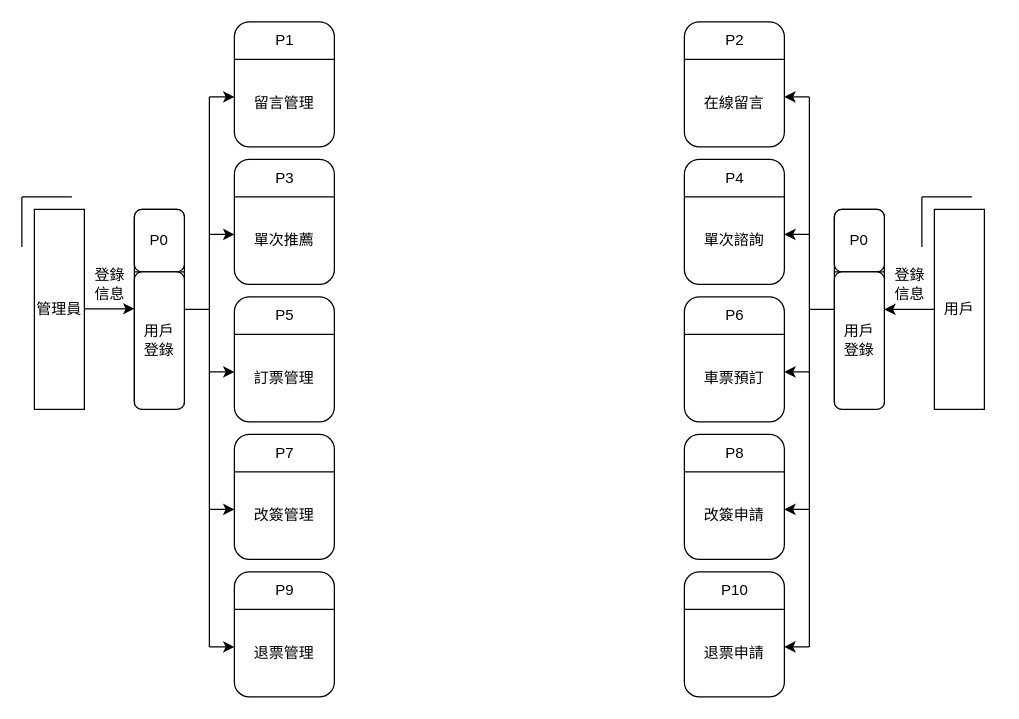
The draw.io diagram drawio/系統資料流程圖/圖3-3 底層資料流程圖.drawio in Roseller37/UML-diagram2, before the edit. Source tidied: cells renumbered, new cells numbered last; positions are measured from the earlier drawing's top-left corner, leaving out a move shared by most shapes. Both pictures are drawn from the tidied source at 125%, with x=0, y=0 at pixel (21, 21).
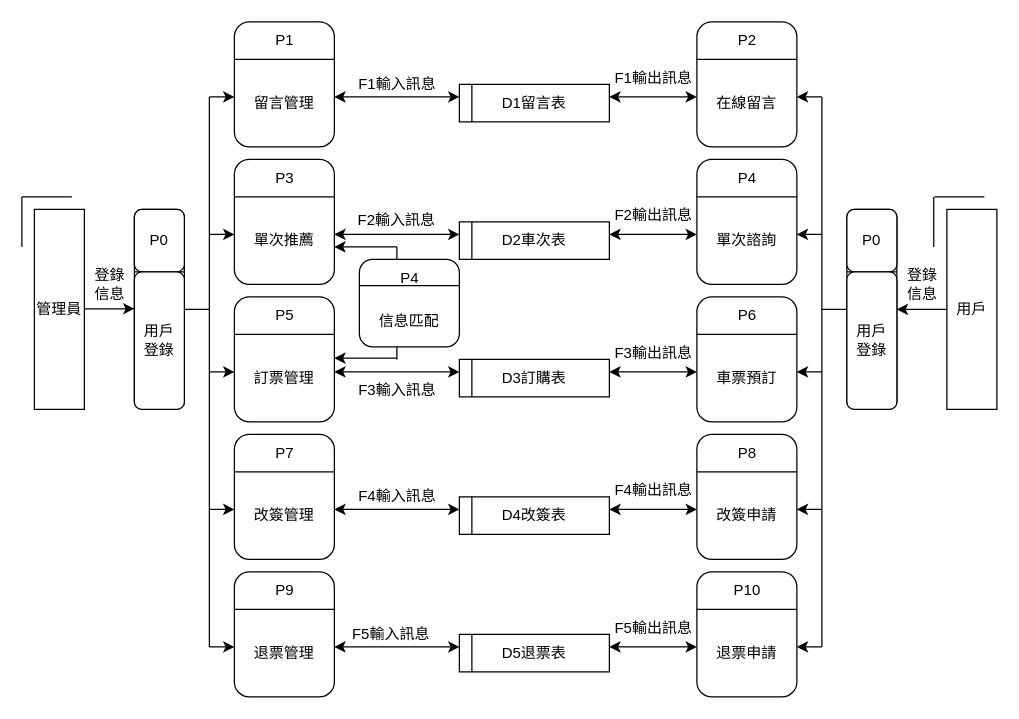
After the change.

Commit message (it also covers changes not shown here):
更新圖3-3 底層資料流程圖.drawio

Change to the diagram source:
```diff
@@
     <mxCell id="12" style="group;" parent="1" vertex="1">
-      <mxGeometry x="650" y="150" width="40" height="160" as="geometry" />
+      <mxGeometry x="660" y="150" width="40" height="160" as="geometry" />
     </mxCell>
@@
     <mxCell id="17" value="用戶" style="rounded=0;whiteSpace=wrap;html=1;direction=south;" parent="1" vertex="1">
-      <mxGeometry x="730" y="150" width="40" height="160" as="geometry" />
+      <mxGeometry x="740" y="150" width="40" height="160" as="geometry" />
     </mxCell>
     <mxCell id="18" style="endArrow=none;html=1;rounded=0;" parent="1" edge="1">
       <mxGeometry relative="1" as="geometry">
-        <mxPoint x="720" y="140" as="sourcePoint" />
-        <mxPoint x="720" y="180" as="targetPoint" />
+        <mxPoint x="729.5" y="140" as="sourcePoint" />
+        <mxPoint x="729.5" y="180" as="targetPoint" />
       </mxGeometry>
     </mxCell>
     <mxCell id="19" style="endArrow=none;html=1;rounded=0;" parent="1" edge="1">
       <mxGeometry relative="1" as="geometry">
-        <mxPoint x="720" y="140" as="sourcePoint" />
-        <mxPoint x="760" y="140" as="targetPoint" />
+        <mxPoint x="730" y="140" as="sourcePoint" />
+        <mxPoint x="770" y="140" as="targetPoint" />
       </mxGeometry>
     </mxCell>
     <mxCell id="20" style="endArrow=classic;html=1;rounded=0;" parent="1" edge="1">
       <mxGeometry relative="1" as="geometry">
-        <mxPoint x="730" y="230" as="sourcePoint" />
-        <mxPoint x="690" y="230" as="targetPoint" />
+        <mxPoint x="740" y="230" as="sourcePoint" />
+        <mxPoint x="700" y="230" as="targetPoint" />
       </mxGeometry>
     </mxCell>
     <mxCell id="21" value="&lt;font style=&quot;font-size: 12px;&quot;&gt;登錄&lt;br style=&quot;&quot;&gt;信息&lt;/font&gt;" style="text;html=1;align=center;verticalAlign=middle;strokeColor=none;fillColor=none;fontSize=12;" parent="1" vertex="1">
-      <mxGeometry x="685" y="190" width="50" height="40" as="geometry" />
+      <mxGeometry x="695" y="190" width="50" height="40" as="geometry" />
     </mxCell>
@@
     <mxCell id="49" style="group;" parent="1" vertex="1">
-      <mxGeometry x="530" width="80" height="100" as="geometry" />
+      <mxGeometry x="540" width="80" height="100" as="geometry" />
     </mxCell>
@@
     <mxCell id="53" style="group;" parent="1" vertex="1">
-      <mxGeometry x="530" y="110" width="80" height="100" as="geometry" />
+      <mxGeometry x="540" y="110" width="80" height="100" as="geometry" />
     </mxCell>
@@
     <mxCell id="57" style="group;" parent="1" vertex="1">
-      <mxGeometry x="530" y="220" width="80" height="100" as="geometry" />
+      <mxGeometry x="540" y="220" width="80" height="100" as="geometry" />
     </mxCell>
@@
     <mxCell id="61" style="group;" parent="1" vertex="1">
-      <mxGeometry x="530" y="330" width="80" height="100" as="geometry" />
+      <mxGeometry x="540" y="330" width="80" height="100" as="geometry" />
     </mxCell>
@@
     <mxCell id="65" style="group;" parent="1" vertex="1">
-      <mxGeometry x="530" y="440" width="80" height="100" as="geometry" />
+      <mxGeometry x="540" y="440" width="80" height="100" as="geometry" />
     </mxCell>
@@
     <mxCell id="69" style="endArrow=classic;html=1;rounded=0;" parent="1" edge="1">
       <mxGeometry relative="1" as="geometry">
-        <mxPoint x="630" y="60" as="sourcePoint" />
-        <mxPoint x="610" y="60" as="targetPoint" />
+        <mxPoint x="640" y="60" as="sourcePoint" />
+        <mxPoint x="620" y="60" as="targetPoint" />
       </mxGeometry>
     </mxCell>
     <mxCell id="70" style="endArrow=classic;html=1;rounded=0;" parent="1" edge="1">
       <mxGeometry relative="1" as="geometry">
-        <mxPoint x="630" y="170" as="sourcePoint" />
-        <mxPoint x="610" y="170" as="targetPoint" />
+        <mxPoint x="640" y="170" as="sourcePoint" />
+        <mxPoint x="620" y="170" as="targetPoint" />
       </mxGeometry>
     </mxCell>
     <mxCell id="71" style="endArrow=classic;html=1;rounded=0;" parent="1" edge="1">
       <mxGeometry relative="1" as="geometry">
-        <mxPoint x="630" y="280" as="sourcePoint" />
-        <mxPoint x="610" y="280" as="targetPoint" />
+        <mxPoint x="640" y="280" as="sourcePoint" />
+        <mxPoint x="620" y="280" as="targetPoint" />
       </mxGeometry>
     </mxCell>
     <mxCell id="72" style="endArrow=classic;html=1;rounded=0;" parent="1" edge="1">
       <mxGeometry relative="1" as="geometry">
-        <mxPoint x="630" y="390" as="sourcePoint" />
-        <mxPoint x="610" y="390" as="targetPoint" />
+        <mxPoint x="640" y="390" as="sourcePoint" />
+        <mxPoint x="620" y="390" as="targetPoint" />
       </mxGeometry>
     </mxCell>
     <mxCell id="73" style="endArrow=classic;html=1;rounded=0;" parent="1" edge="1">
       <mxGeometry relative="1" as="geometry">
-        <mxPoint x="630" y="500" as="sourcePoint" />
-        <mxPoint x="610" y="500" as="targetPoint" />
+        <mxPoint x="640" y="500" as="sourcePoint" />
+        <mxPoint x="620" y="500" as="targetPoint" />
       </mxGeometry>
     </mxCell>
     <mxCell id="74" style="endArrow=none;html=1;rounded=0;" parent="1" edge="1">
       <mxGeometry relative="1" as="geometry">
-        <mxPoint x="630" y="500" as="sourcePoint" />
-        <mxPoint x="630" y="60" as="targetPoint" />
+        <mxPoint x="640" y="500" as="sourcePoint" />
+        <mxPoint x="640" y="60" as="targetPoint" />
       </mxGeometry>
     </mxCell>
     <mxCell id="75" style="endArrow=none;html=1;rounded=0;" parent="1" edge="1">
       <mxGeometry relative="1" as="geometry">
-        <mxPoint x="630" y="230" as="sourcePoint" />
-        <mxPoint x="650" y="230" as="targetPoint" />
+        <mxPoint x="640" y="230" as="sourcePoint" />
+        <mxPoint x="660" y="230" as="targetPoint" />
       </mxGeometry>
     </mxCell>
+    <mxCell id="76" style="group;" parent="1" vertex="1">
+      <mxGeometry x="350" y="50" width="120" height="30" as="geometry" />
+    </mxCell>
+    <mxCell id="77" value="D1留言表" style="rounded=0;whiteSpace=wrap;html=1;" parent="76" vertex="1">
+      <mxGeometry width="120" height="30" as="geometry" />
+    </mxCell>
+    <mxCell id="78" style="endArrow=none;html=1;rounded=0;" parent="76" edge="1">
+      <mxGeometry relative="1" as="geometry">
+        <mxPoint x="10" y="30" as="sourcePoint" />
+        <mxPoint x="10" as="targetPoint" />
+      </mxGeometry>
+    </mxCell>
+    <mxCell id="79" style="group;" parent="1" vertex="1">
+      <mxGeometry x="270" y="190" width="80" height="70" as="geometry" />
+    </mxCell>
+    <mxCell id="80" value="&lt;br&gt;&lt;br&gt;信息匹配" style="rounded=1;whiteSpace=wrap;html=1;direction=south;" parent="79" vertex="1">
+      <mxGeometry width="80" height="70" as="geometry" />
+    </mxCell>
+    <mxCell id="81" style="endArrow=none;html=1;rounded=0;" parent="79" edge="1">
+      <mxGeometry relative="1" as="geometry">
+        <mxPoint y="21" as="sourcePoint" />
+        <mxPoint x="80" y="21" as="targetPoint" />
+      </mxGeometry>
+    </mxCell>
+    <mxCell id="82" value="P4" style="text;html=1;align=center;verticalAlign=middle;strokeColor=none;fillColor=none;" parent="79" vertex="1">
+      <mxGeometry x="20" width="40" height="30" as="geometry" />
+    </mxCell>
+    <mxCell id="83" style="endArrow=classic;startArrow=classic;html=1;rounded=0;" parent="1" edge="1">
+      <mxGeometry relative="1" as="geometry">
+        <mxPoint x="470" y="60" as="sourcePoint" />
+        <mxPoint x="540" y="60" as="targetPoint" />
+      </mxGeometry>
+    </mxCell>
+    <mxCell id="84" style="endArrow=classic;startArrow=classic;html=1;rounded=0;" parent="1" edge="1">
+      <mxGeometry relative="1" as="geometry">
+        <mxPoint x="250" y="60" as="sourcePoint" />
+        <mxPoint x="350" y="60" as="targetPoint" />
+      </mxGeometry>
+    </mxCell>
+    <mxCell id="85" style="group;" parent="1" vertex="1">
+      <mxGeometry x="350" y="160" width="120" height="30" as="geometry" />
+    </mxCell>
+    <mxCell id="86" value="D2車次表" style="rounded=0;whiteSpace=wrap;html=1;" parent="85" vertex="1">
+      <mxGeometry width="120" height="30" as="geometry" />
+    </mxCell>
+    <mxCell id="87" style="endArrow=none;html=1;rounded=0;" parent="85" edge="1">
+      <mxGeometry relative="1" as="geometry">
+        <mxPoint x="10" y="30" as="sourcePoint" />
+        <mxPoint x="10" as="targetPoint" />
+      </mxGeometry>
+    </mxCell>
+    <mxCell id="88" style="endArrow=classic;startArrow=classic;html=1;rounded=0;" parent="1" edge="1">
+      <mxGeometry relative="1" as="geometry">
+        <mxPoint x="470" y="170" as="sourcePoint" />
+        <mxPoint x="540" y="170" as="targetPoint" />
+      </mxGeometry>
+    </mxCell>
+    <mxCell id="89" style="endArrow=classic;startArrow=classic;html=1;rounded=0;" parent="1" edge="1">
+      <mxGeometry relative="1" as="geometry">
+        <mxPoint x="250" y="170" as="sourcePoint" />
+        <mxPoint x="350" y="170" as="targetPoint" />
+      </mxGeometry>
+    </mxCell>
+    <mxCell id="90" style="group;" parent="1" vertex="1">
+      <mxGeometry x="350" y="270" width="120" height="30" as="geometry" />
+    </mxCell>
+    <mxCell id="91" value="D3訂購表" style="rounded=0;whiteSpace=wrap;html=1;" parent="90" vertex="1">
+      <mxGeometry width="120" height="30" as="geometry" />
+    </mxCell>
+    <mxCell id="92" style="endArrow=none;html=1;rounded=0;" parent="90" edge="1">
+      <mxGeometry relative="1" as="geometry">
+        <mxPoint x="10" y="30" as="sourcePoint" />
+        <mxPoint x="10" as="targetPoint" />
+      </mxGeometry>
+    </mxCell>
+    <mxCell id="93" style="endArrow=classic;startArrow=classic;html=1;rounded=0;" parent="1" edge="1">
+      <mxGeometry relative="1" as="geometry">
+        <mxPoint x="470" y="280" as="sourcePoint" />
+        <mxPoint x="540" y="280" as="targetPoint" />
+      </mxGeometry>
+    </mxCell>
+    <mxCell id="94" style="endArrow=classic;startArrow=classic;html=1;rounded=0;" parent="1" edge="1">
+      <mxGeometry relative="1" as="geometry">
+        <mxPoint x="250" y="280" as="sourcePoint" />
+        <mxPoint x="350" y="280" as="targetPoint" />
+      </mxGeometry>
+    </mxCell>
+    <mxCell id="95" style="group;" parent="1" vertex="1">
+      <mxGeometry x="350" y="380" width="120" height="30" as="geometry" />
+    </mxCell>
+    <mxCell id="96" value="D4改簽表" style="rounded=0;whiteSpace=wrap;html=1;" parent="95" vertex="1">
+      <mxGeometry width="120" height="30" as="geometry" />
+    </mxCell>
+    <mxCell id="97" style="endArrow=none;html=1;rounded=0;" parent="95" edge="1">
+      <mxGeometry relative="1" as="geometry">
+        <mxPoint x="10" y="30" as="sourcePoint" />
+        <mxPoint x="10" as="targetPoint" />
+      </mxGeometry>
+    </mxCell>
+    <mxCell id="98" style="endArrow=classic;startArrow=classic;html=1;rounded=0;" parent="1" edge="1">
+      <mxGeometry relative="1" as="geometry">
+        <mxPoint x="470" y="390" as="sourcePoint" />
+        <mxPoint x="540" y="390" as="targetPoint" />
+      </mxGeometry>
+    </mxCell>
+    <mxCell id="99" style="endArrow=classic;startArrow=classic;html=1;rounded=0;" parent="1" edge="1">
+      <mxGeometry relative="1" as="geometry">
+        <mxPoint x="250" y="390" as="sourcePoint" />
+        <mxPoint x="350" y="390" as="targetPoint" />
+      </mxGeometry>
+    </mxCell>
+    <mxCell id="100" style="group;" parent="1" vertex="1">
+      <mxGeometry x="350" y="490" width="120" height="30" as="geometry" />
+    </mxCell>
+    <mxCell id="101" value="D5退票表" style="rounded=0;whiteSpace=wrap;html=1;" parent="100" vertex="1">
+      <mxGeometry width="120" height="30" as="geometry" />
+    </mxCell>
+    <mxCell id="102" style="endArrow=none;html=1;rounded=0;" parent="100" edge="1">
+      <mxGeometry relative="1" as="geometry">
+        <mxPoint x="10" y="30" as="sourcePoint" />
+        <mxPoint x="10" as="targetPoint" />
+      </mxGeometry>
+    </mxCell>
+    <mxCell id="103" style="endArrow=classic;startArrow=classic;html=1;rounded=0;" parent="1" edge="1">
+      <mxGeometry relative="1" as="geometry">
+        <mxPoint x="470" y="500" as="sourcePoint" />
+        <mxPoint x="540" y="500" as="targetPoint" />
+      </mxGeometry>
+    </mxCell>
+    <mxCell id="104" style="endArrow=classic;startArrow=classic;html=1;rounded=0;" parent="1" edge="1">
+      <mxGeometry relative="1" as="geometry">
+        <mxPoint x="250" y="500" as="sourcePoint" />
+        <mxPoint x="350" y="500" as="targetPoint" />
+      </mxGeometry>
+    </mxCell>
+    <mxCell id="105" style="endArrow=classic;html=1;rounded=0;" parent="1" edge="1">
+      <mxGeometry relative="1" as="geometry">
+        <mxPoint x="300" y="180" as="sourcePoint" />
+        <mxPoint x="250" y="180" as="targetPoint" />
+      </mxGeometry>
+    </mxCell>
+    <mxCell id="106" style="endArrow=classic;html=1;rounded=0;" parent="1" edge="1">
+      <mxGeometry relative="1" as="geometry">
+        <mxPoint x="300" y="269" as="sourcePoint" />
+        <mxPoint x="250" y="269" as="targetPoint" />
+      </mxGeometry>
+    </mxCell>
+    <mxCell id="107" style="endArrow=none;html=1;rounded=0;" parent="1" edge="1">
+      <mxGeometry relative="1" as="geometry">
+        <mxPoint x="300" y="190" as="sourcePoint" />
+        <mxPoint x="300" y="180" as="targetPoint" />
+      </mxGeometry>
+    </mxCell>
+    <mxCell id="108" style="endArrow=none;html=1;rounded=0;" parent="1" edge="1">
+      <mxGeometry relative="1" as="geometry">
+        <mxPoint x="300" y="260" as="sourcePoint" />
+        <mxPoint x="300" y="270" as="targetPoint" />
+      </mxGeometry>
+    </mxCell>
+    <mxCell id="109" value="&lt;font style=&quot;font-size: 12px;&quot;&gt;F1輸入訊息&lt;/font&gt;" style="text;html=1;align=center;verticalAlign=middle;strokeColor=none;fillColor=none;" parent="1" vertex="1">
+      <mxGeometry x="255" y="35" width="90" height="30" as="geometry" />
+    </mxCell>
+    <mxCell id="110" value="&lt;span style=&quot;color: rgb(0, 0, 0); font-family: Helvetica; font-style: normal; font-variant-ligatures: normal; font-variant-caps: normal; font-weight: 400; letter-spacing: normal; orphans: 2; text-indent: 0px; text-transform: none; widows: 2; word-spacing: 0px; -webkit-text-stroke-width: 0px; background-color: rgb(251, 251, 251); text-decoration-thickness: initial; text-decoration-style: initial; text-decoration-color: initial; float: none; display: inline !important;&quot;&gt;&lt;font style=&quot;font-size: 12px;&quot;&gt;F2輸入訊息&lt;/font&gt;&lt;/span&gt;" style="text;whiteSpace=wrap;html=1;align=center;" parent="1" vertex="1">
+      <mxGeometry x="250" y="145" width="100" height="30" as="geometry" />
+    </mxCell>
+    <mxCell id="111" value="&lt;font style=&quot;font-size: 12px;&quot;&gt;F3輸入訊息&lt;/font&gt;" style="text;html=1;align=center;verticalAlign=middle;strokeColor=none;fillColor=none;" parent="1" vertex="1">
+      <mxGeometry x="255" y="280" width="90" height="30" as="geometry" />
+    </mxCell>
+    <mxCell id="112" value="&lt;font style=&quot;font-size: 12px;&quot;&gt;F4輸入訊息&lt;/font&gt;" style="text;html=1;align=center;verticalAlign=middle;strokeColor=none;fillColor=none;" parent="1" vertex="1">
+      <mxGeometry x="255" y="365" width="90" height="30" as="geometry" />
+    </mxCell>
+    <mxCell id="113" value="&lt;font style=&quot;font-size: 12px;&quot;&gt;F5輸入訊息&lt;/font&gt;" style="text;html=1;align=center;verticalAlign=middle;strokeColor=none;fillColor=none;" parent="1" vertex="1">
+      <mxGeometry x="250" y="475" width="90" height="30" as="geometry" />
+    </mxCell>
+    <mxCell id="114" value="&lt;font style=&quot;font-size: 12px;&quot;&gt;F1輸出訊息&lt;/font&gt;" style="text;html=1;align=center;verticalAlign=middle;strokeColor=none;fillColor=none;" parent="1" vertex="1">
+      <mxGeometry x="460" y="30" width="90" height="30" as="geometry" />
+    </mxCell>
+    <mxCell id="115" value="&lt;font style=&quot;font-size: 12px;&quot;&gt;F2輸出訊息&lt;/font&gt;" style="text;html=1;align=center;verticalAlign=middle;strokeColor=none;fillColor=none;" parent="1" vertex="1">
+      <mxGeometry x="460" y="140" width="90" height="30" as="geometry" />
+    </mxCell>
+    <mxCell id="116" value="&lt;font style=&quot;font-size: 12px;&quot;&gt;F3輸出訊息&lt;/font&gt;" style="text;html=1;align=center;verticalAlign=middle;strokeColor=none;fillColor=none;" parent="1" vertex="1">
+      <mxGeometry x="460" y="250" width="90" height="30" as="geometry" />
+    </mxCell>
+    <mxCell id="117" value="&lt;font style=&quot;font-size: 12px;&quot;&gt;F4輸出訊息&lt;/font&gt;" style="text;html=1;align=center;verticalAlign=middle;strokeColor=none;fillColor=none;" parent="1" vertex="1">
+      <mxGeometry x="460" y="360" width="90" height="30" as="geometry" />
+    </mxCell>
+    <mxCell id="118" value="&lt;font style=&quot;font-size: 12px;&quot;&gt;F5輸出訊息&lt;/font&gt;" style="text;html=1;align=center;verticalAlign=middle;strokeColor=none;fillColor=none;" parent="1" vertex="1">
+      <mxGeometry x="460" y="470" width="90" height="30" as="geometry" />
+    </mxCell>
```
